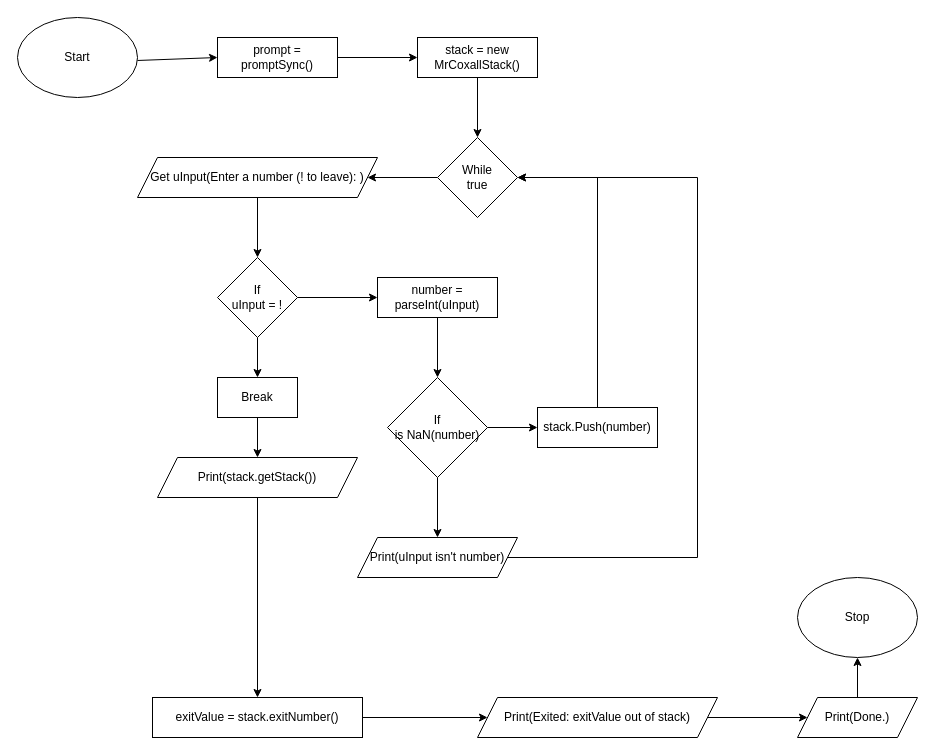
The draw.io diagram pictures/unit2-03.drawio in Igor-Zhelezniak-1/ics4u-unit2-03-typescript, before the edit. Source tidied: cells renumbered, new cells numbered last; positions are measured from the earlier drawing's top-left corner, leaving out a move shared by most shapes. Both pictures are drawn from the tidied source at 100%, with x=0, y=0 at pixel (17, 17).
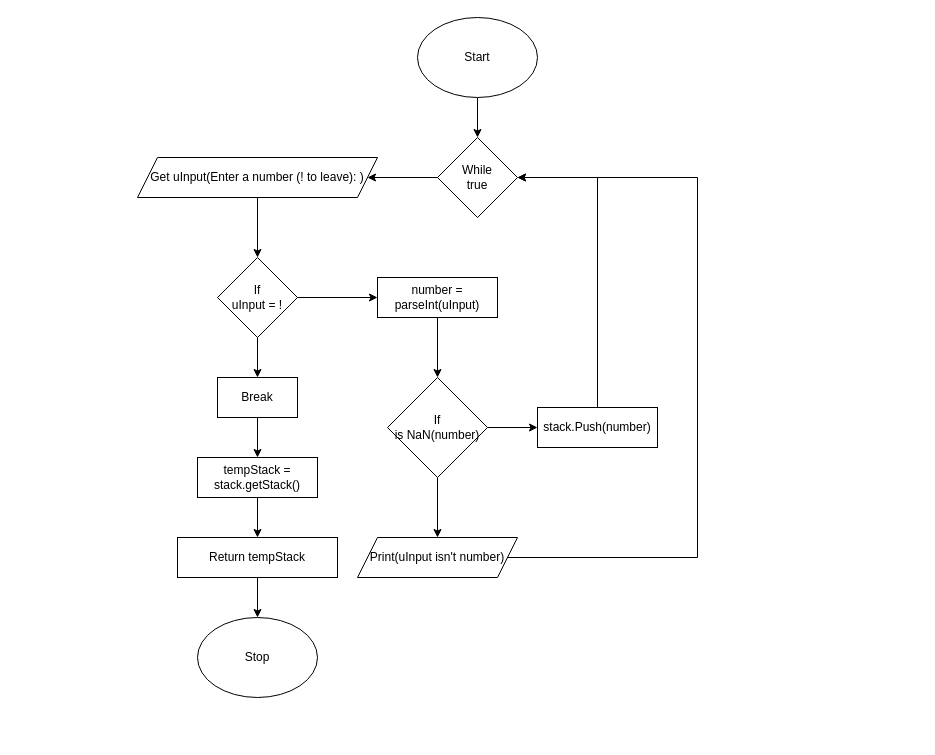
The same page after the edit.

Unchanged cells that the change refers to:
```xml
<mxCell id="10" value="While &lt;br&gt;true" style="rhombus;whiteSpace=wrap;html=1;" parent="1" vertex="1">
  <mxGeometry x="420" y="120" width="80" height="80" as="geometry" />
</mxCell>
<mxCell id="17" value="Break" style="rounded=0;whiteSpace=wrap;html=1;" parent="1" vertex="1">
  <mxGeometry x="200" y="360" width="80" height="40" as="geometry" />
</mxCell>
```

Change to the diagram source:
```diff
@@
-    <mxCell id="2" style="edgeStyle=none;html=1;entryX=0;entryY=0.5;entryDx=0;entryDy=0;rounded=0;" parent="1" edge="1" source="3" target="6">
-      <mxGeometry relative="1" as="geometry" />
-    </mxCell>
+    <mxCell id="35" style="edgeStyle=none;html=1;entryX=0.5;entryY=0;entryDx=0;entryDy=0;" parent="1" edge="1" source="3" target="10">
+      <mxGeometry relative="1" as="geometry" />
+    </mxCell>
     <mxCell id="3" value="Start" style="ellipse;whiteSpace=wrap;html=1;" parent="1" vertex="1">
-      <mxGeometry width="120" height="80" as="geometry" />
+      <mxGeometry x="400" width="120" height="80" as="geometry" />
     </mxCell>
     <mxCell id="4" value="Stop" style="ellipse;whiteSpace=wrap;html=1;" parent="1" vertex="1">
-      <mxGeometry x="780" y="560" width="120" height="80" as="geometry" />
+      <mxGeometry x="180" y="600" width="120" height="80" as="geometry" />
     </mxCell>
-    <mxCell id="5" style="edgeStyle=none;rounded=0;html=1;entryX=0;entryY=0.5;entryDx=0;entryDy=0;" parent="1" edge="1" source="6" target="8">
-      <mxGeometry relative="1" as="geometry" />
-    </mxCell>
-    <mxCell id="6" value="prompt = promptSync()" style="rounded=0;whiteSpace=wrap;html=1;" parent="1" vertex="1">
-      <mxGeometry x="200" y="20" width="120" height="40" as="geometry" />
-    </mxCell>
-    <mxCell id="7" style="edgeStyle=none;rounded=0;html=1;entryX=0.5;entryY=0;entryDx=0;entryDy=0;" parent="1" edge="1" source="8" target="10">
-      <mxGeometry relative="1" as="geometry" />
-    </mxCell>
-    <mxCell id="8" value="stack = new MrCoxallStack()" style="rounded=0;whiteSpace=wrap;html=1;" parent="1" vertex="1">
-      <mxGeometry x="400" y="20" width="120" height="40" as="geometry" />
-    </mxCell>
@@
-    <mxCell id="16" style="edgeStyle=none;html=1;entryX=0.5;entryY=0;entryDx=0;entryDy=0;" parent="1" edge="1" source="17" target="32">
-      <mxGeometry relative="1" as="geometry" />
+    <mxCell id="16" style="edgeStyle=none;html=1;entryX=0.5;entryY=0;entryDx=0;entryDy=0;" parent="1" edge="1" source="17">
+      <mxGeometry relative="1" as="geometry">
+        <mxPoint x="240" y="440" as="targetPoint" />
+      </mxGeometry>
     </mxCell>
@@
-    <mxCell id="27" style="edgeStyle=none;rounded=0;html=1;entryX=0;entryY=0.5;entryDx=0;entryDy=0;" parent="1" edge="1" source="28" target="30">
-      <mxGeometry relative="1" as="geometry" />
-    </mxCell>
-    <mxCell id="28" value="Print(Exited: exitValue out of stack)" style="shape=parallelogram;perimeter=parallelogramPerimeter;whiteSpace=wrap;html=1;fixedSize=1;" parent="1" vertex="1">
-      <mxGeometry x="460" y="680" width="240" height="40" as="geometry" />
-    </mxCell>
-    <mxCell id="29" style="edgeStyle=none;rounded=0;html=1;entryX=0.5;entryY=1;entryDx=0;entryDy=0;" parent="1" edge="1" source="30" target="4">
-      <mxGeometry relative="1" as="geometry" />
-    </mxCell>
-    <mxCell id="30" value="Print(Done.)" style="shape=parallelogram;perimeter=parallelogramPerimeter;whiteSpace=wrap;html=1;fixedSize=1;" parent="1" vertex="1">
-      <mxGeometry x="780" y="680" width="120" height="40" as="geometry" />
-    </mxCell>
-    <mxCell id="31" style="edgeStyle=none;html=1;entryX=0.5;entryY=0;entryDx=0;entryDy=0;" parent="1" edge="1" source="32" target="34">
-      <mxGeometry relative="1" as="geometry" />
-    </mxCell>
-    <mxCell id="32" value="Print(stack.getStack())" style="shape=parallelogram;perimeter=parallelogramPerimeter;whiteSpace=wrap;html=1;fixedSize=1;" parent="1" vertex="1">
-      <mxGeometry x="140" y="440" width="200" height="40" as="geometry" />
-    </mxCell>
-    <mxCell id="33" style="edgeStyle=none;html=1;entryX=0;entryY=0.5;entryDx=0;entryDy=0;" parent="1" edge="1" source="34" target="28">
-      <mxGeometry relative="1" as="geometry" />
-    </mxCell>
-    <mxCell id="34" value="exitValue = stack.exitNumber()" style="rounded=0;whiteSpace=wrap;html=1;" parent="1" vertex="1">
-      <mxGeometry x="135" y="680" width="210" height="40" as="geometry" />
-    </mxCell>
+    <mxCell id="36" style="edgeStyle=none;html=1;entryX=0.5;entryY=0;entryDx=0;entryDy=0;" parent="1" edge="1" source="37" target="39">
+      <mxGeometry relative="1" as="geometry" />
+    </mxCell>
+    <mxCell id="37" value="tempStack = stack.getStack()" style="rounded=0;whiteSpace=wrap;html=1;" parent="1" vertex="1">
+      <mxGeometry x="180" y="440" width="120" height="40" as="geometry" />
+    </mxCell>
+    <mxCell id="38" style="edgeStyle=none;html=1;entryX=0.5;entryY=0;entryDx=0;entryDy=0;" parent="1" edge="1" source="39" target="4">
+      <mxGeometry relative="1" as="geometry" />
+    </mxCell>
+    <mxCell id="39" value="Return tempStack" style="rounded=0;whiteSpace=wrap;html=1;" parent="1" vertex="1">
+      <mxGeometry x="160" y="520" width="160" height="40" as="geometry" />
+    </mxCell>
```
